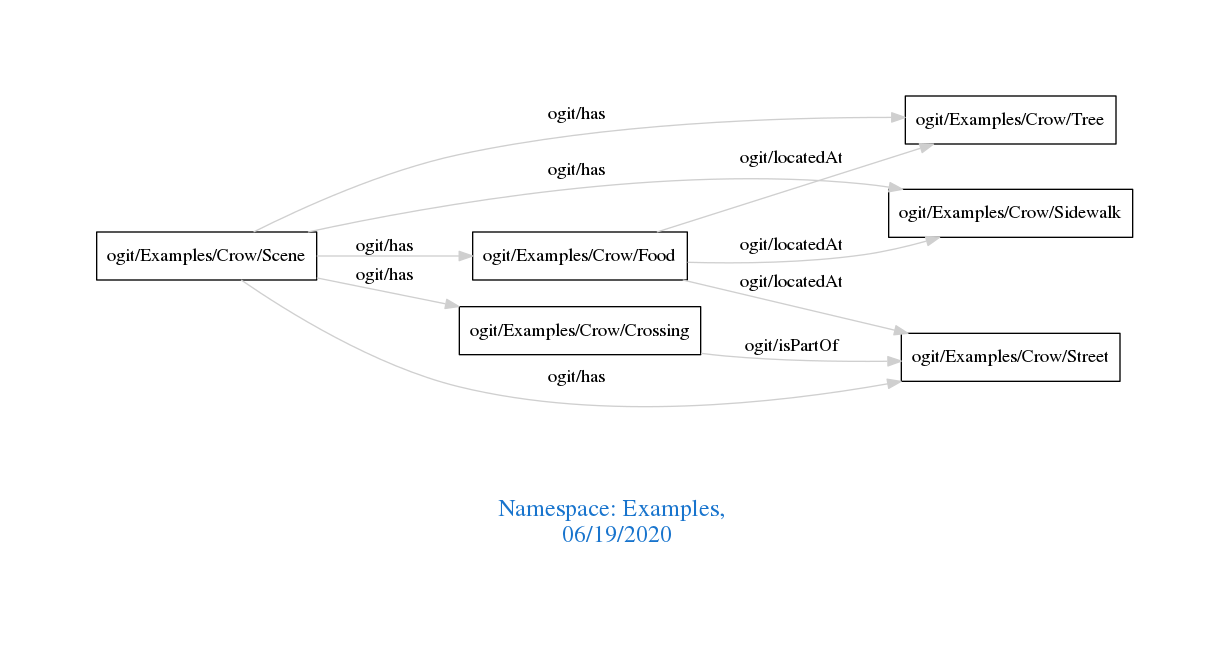
arago/OGIT keeps this Graphviz diagram as downloads/Examples.png. Above is the earlier version. Its source is kept beside it as downloads/Examples.dot.
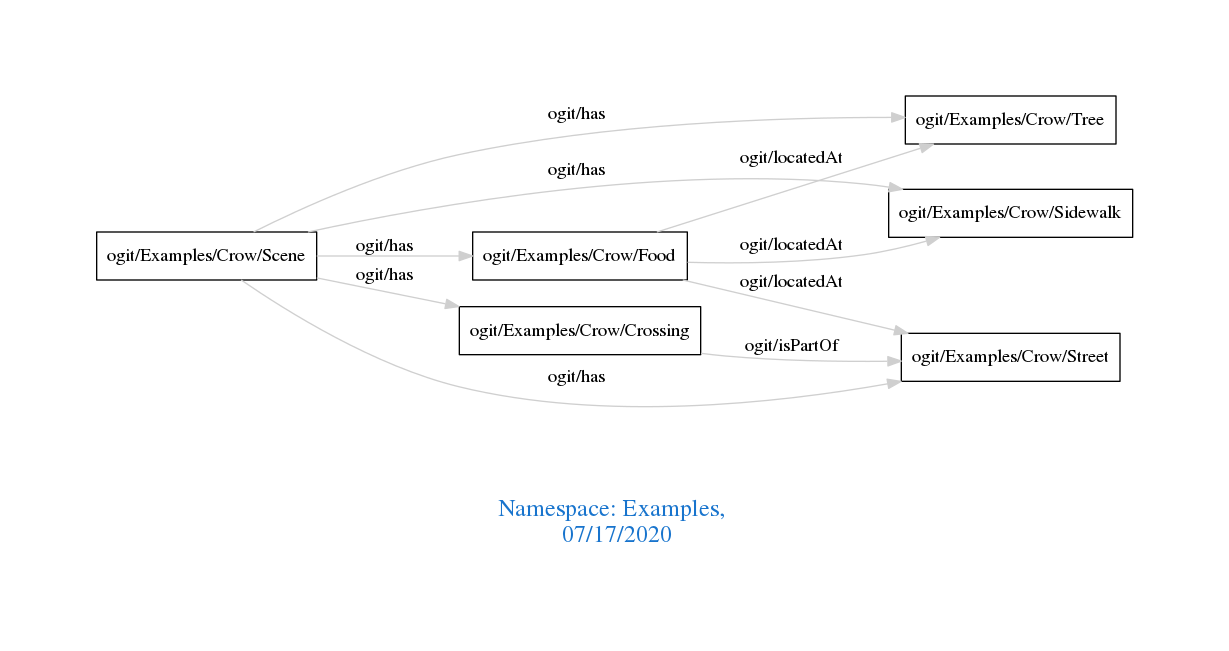
The same file after the commit.

Change to the diagram source:
```diff
@@ -1,7 +1,7 @@
 digraph OGIT_ontology {
  graph [ rankdir= LR,pad=1
 fontsize = 18,
-fontcolor= dodgerblue3,label = "\n\n\nNamespace: Examples, \n 06/19/2020"];
+fontcolor= dodgerblue3,label = "\n\n\nNamespace: Examples, \n 07/17/2020"];
 node[shape=polygon];
 edge [  color="gray81"];
 
```
